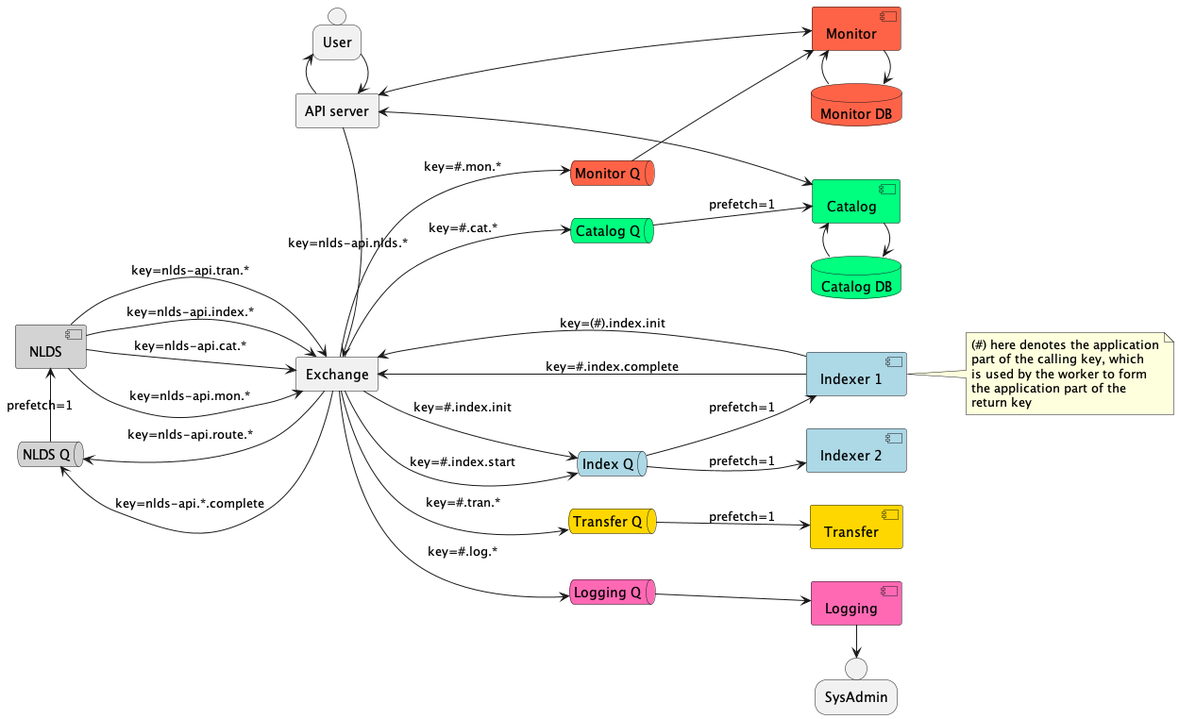
This is docs/spec/uml/queue_structure.png from cedadev/nlds, a PlantUML export, as it was before one commit.
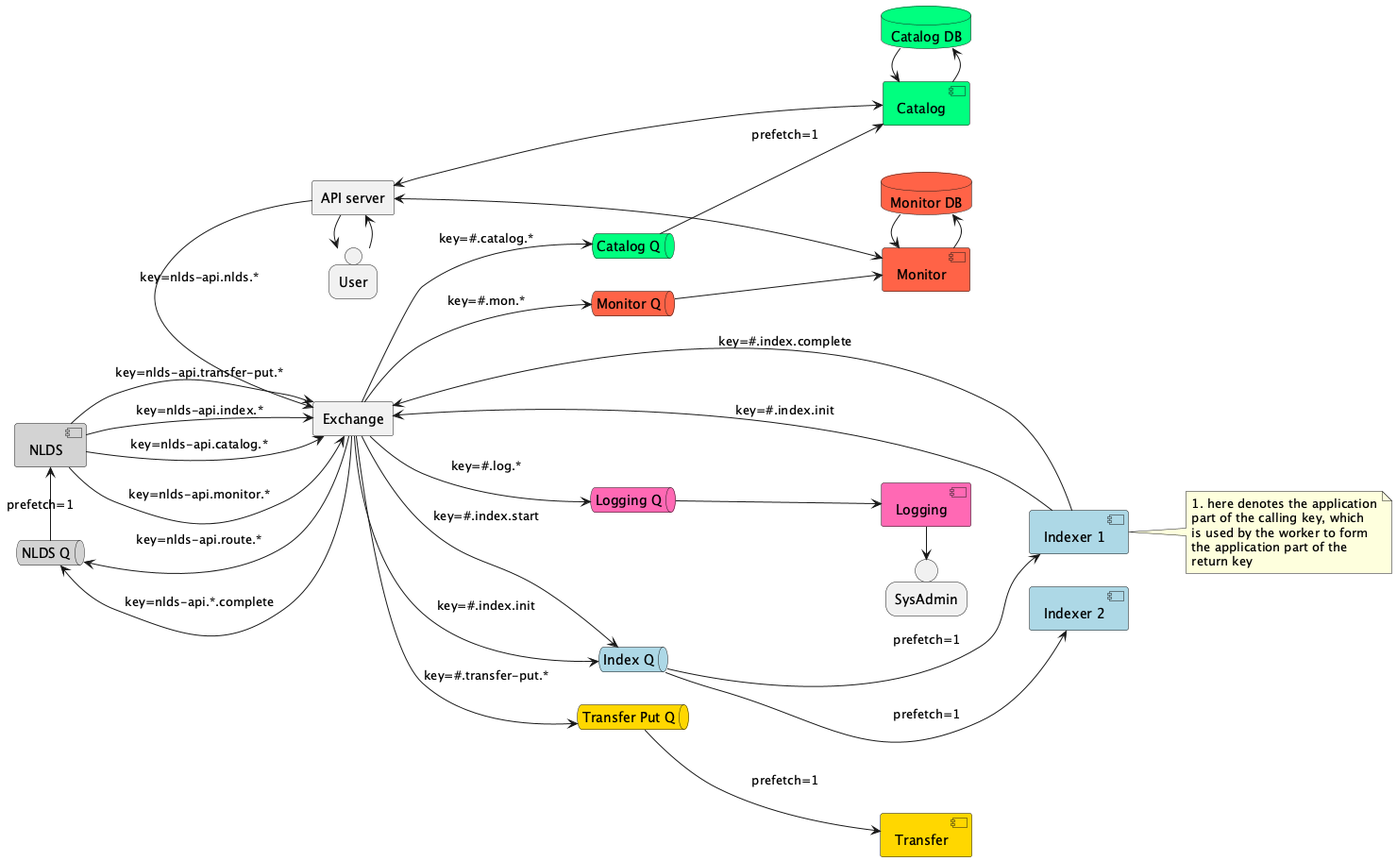
After the commit.

Commit message:
Update queue structure diagram

Change to the diagram source:
```diff
@@ -20,7 +20,7 @@
 
 together {
     queue sq as "Index Q" #lightblue
-    queue tq as "Transfer Q" #gold
+    queue tq as "Transfer Put Q" #gold
 }
 together {
     queue mq as "Monitor Q" #tomato
@@ -29,13 +29,13 @@
 
 pex --> sq : key=#.index.init
 pex --> sq : key=#.index.start
-pex --> tq : key=#.tran.*
-pex --> cq : key=#.cat.*
+pex --> tq : key=#.transfer-put.*
+pex --> cq : key=#.catalog.*
 
 work --> pex : key=nlds-api.index.*
-work --> pex : key=nlds-api.tran.*
-work --> pex : key=nlds-api.mon.*
-work --> pex : key=nlds-api.cat.*
+work --> pex : key=nlds-api.transfer-put.*
+work --> pex : key=nlds-api.monitor.*
+work --> pex : key=nlds-api.catalog.*
 
 queue lq as "Logging Q" #hotpink
 
@@ -74,8 +74,8 @@
 
 api_server -> pex : key=nlds-api.nlds.*
 
-sq --> scan1 : prefetch=1
-sq --> scan2 : prefetch=1
+sq ---> scan1 : prefetch=1
+sq ---> scan2 : prefetch=1
 tq --> tran1 : prefetch=1
 cq --> cat1 : prefetch=1
 
@@ -85,10 +85,10 @@
 sysadmin <- log1
 
 scan1 --> pex : key=#.index.complete
-scan1 --> pex : key=(#).index.init
+scan1 --> pex : key=#.index.init
 
 note right of scan1
-    (#) here denotes the application
+    # here denotes the application
     part of the calling key, which
     is used by the worker to form
     the application part of the
```
